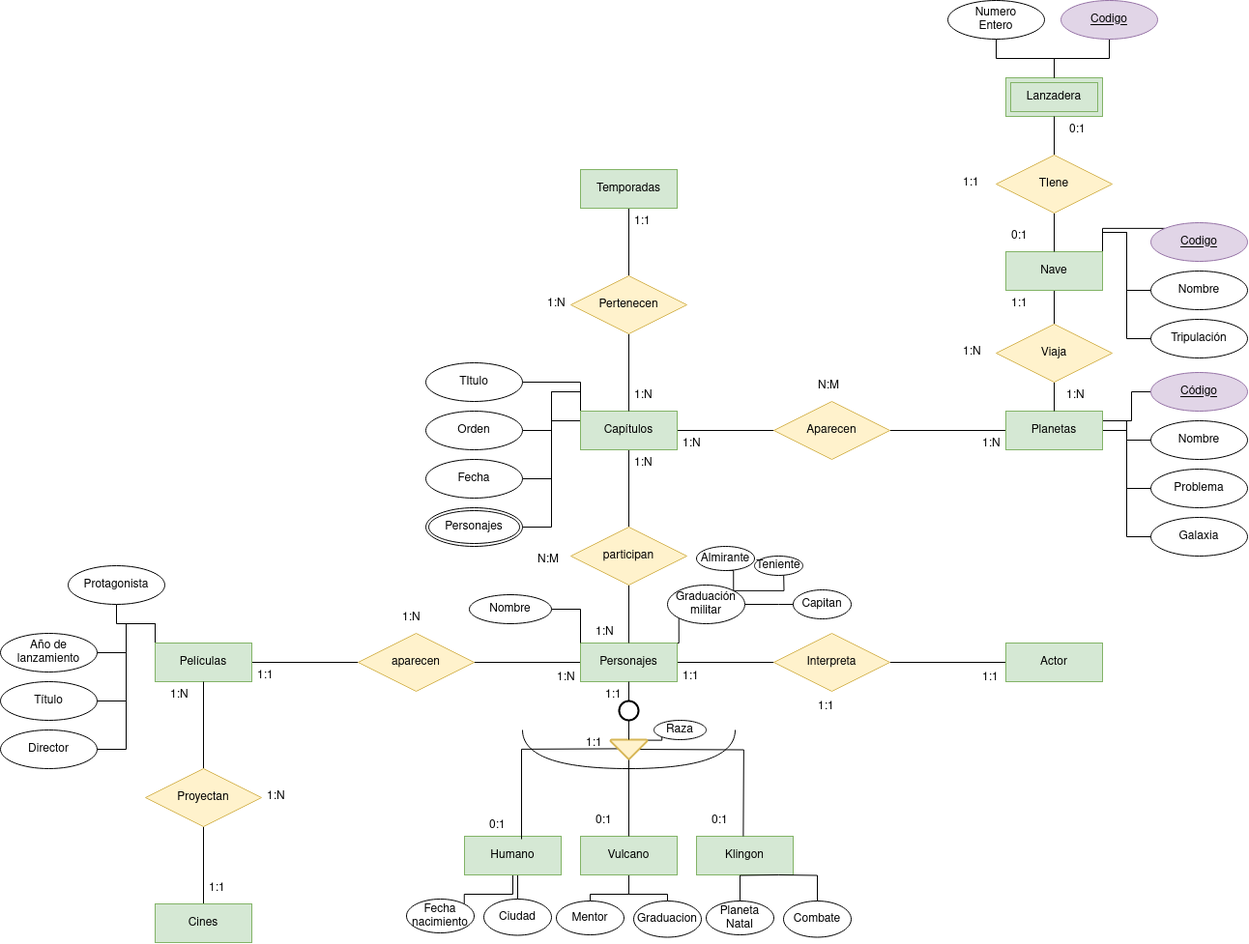
This is Unidad-1/Tareas/Tarea-evaluable3/Diagrama sin título.drawio.png from jdrguez/2-Daw, a draw.io export, as it was before one commit. Source tidied: cells renumbered, new cells last; positions are measured from the earlier drawing's top-left corner, leaving out a move shared by most shapes.
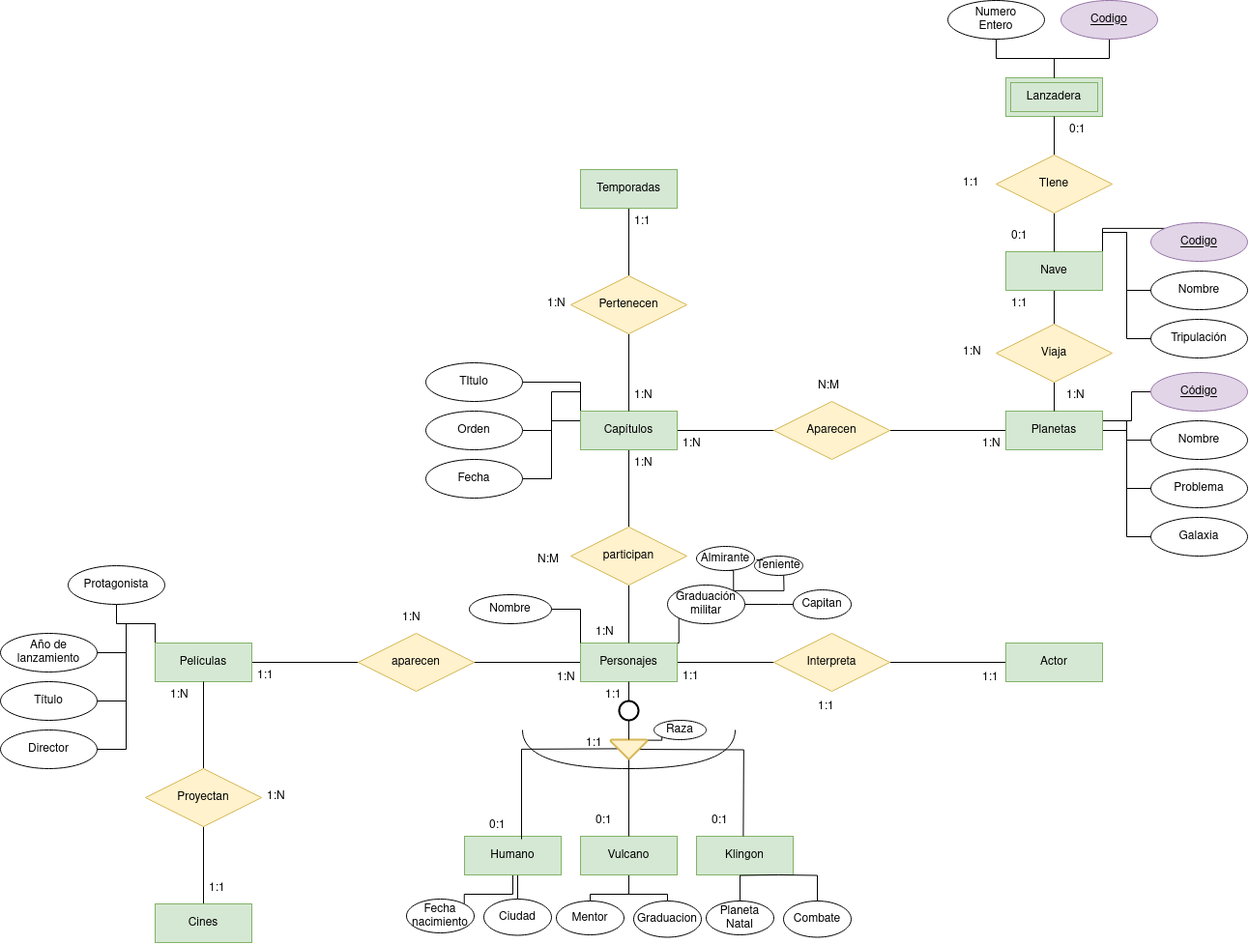
The same diagram one commit later.

Diff of the diagram source:
```diff
@@ -91,9 +91,6 @@
     <mxCell id="29" style="edgeStyle=orthogonalEdgeStyle;rounded=0;jettySize=auto;html=1;exitX=0;exitY=0.25;exitDx=0;exitDy=0;entryX=1;entryY=0.5;entryDx=0;entryDy=0;endArrow=none;endFill=0;" parent="1" edge="1" source="31" target="84">
       <mxGeometry relative="1" as="geometry" />
     </mxCell>
-    <mxCell id="30" style="edgeStyle=orthogonalEdgeStyle;rounded=0;jettySize=auto;html=1;exitX=0;exitY=0;exitDx=0;exitDy=0;entryX=1;entryY=0.5;entryDx=0;entryDy=0;endArrow=none;endFill=0;" parent="1" edge="1" source="31" target="85">
-      <mxGeometry relative="1" as="geometry" />
-    </mxCell>
     <mxCell id="31" value="Capítulos" style="whiteSpace=wrap;html=1;align=center;fillColor=#d5e8d4;strokeColor=#82b366;" parent="1" vertex="1">
       <mxGeometry x="600" y="425" width="100" height="40" as="geometry" />
     </mxCell>
@@ -265,9 +262,6 @@
     <mxCell id="84" value="Fecha" style="ellipse;whiteSpace=wrap;html=1;align=center;" parent="1" vertex="1">
       <mxGeometry x="440" y="475" width="100" height="40" as="geometry" />
     </mxCell>
-    <mxCell id="85" value="Personajes" style="ellipse;shape=doubleEllipse;margin=3;whiteSpace=wrap;html=1;align=center;" parent="1" vertex="1">
-      <mxGeometry x="440" y="525" width="100" height="40" as="geometry" />
-    </mxCell>
     <mxCell id="86" value="1:1" style="text;strokeColor=none;fillColor=none;spacingLeft=4;spacingRight=4;overflow=hidden;fontSize=12;whiteSpace=wrap;html=1;" parent="1" vertex="1">
       <mxGeometry x="700" y="686" width="40" height="30" as="geometry" />
     </mxCell>
```
